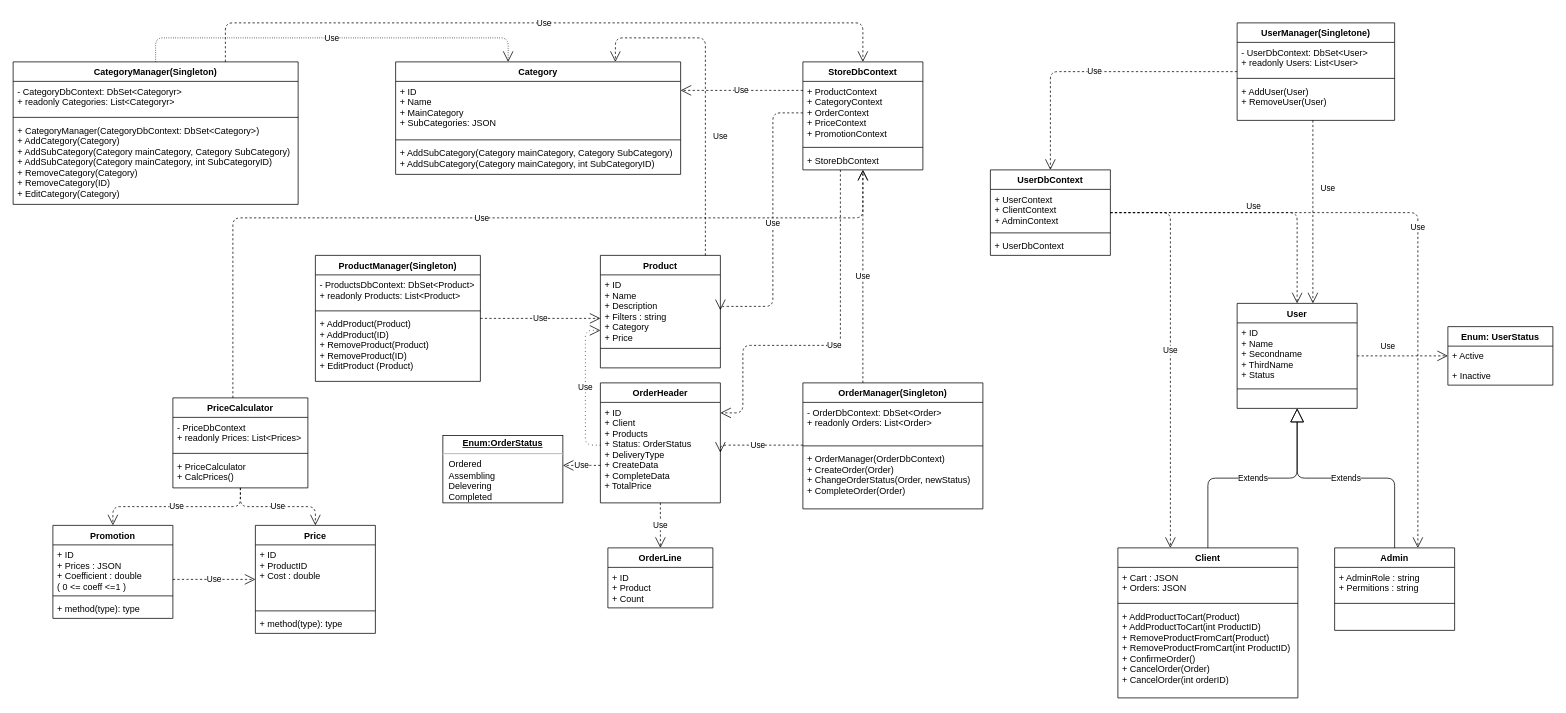
Before: UML Diagram.drawio in ArtemGB/AlpakaStore, a draw.io diagram. Source tidied: cells renumbered, new cells numbered last; positions are measured from the earlier drawing's top-left corner, leaving out a move shared by most shapes. Both pictures are drawn from the tidied source at 75%, with x=0, y=0 at pixel (13, 22).
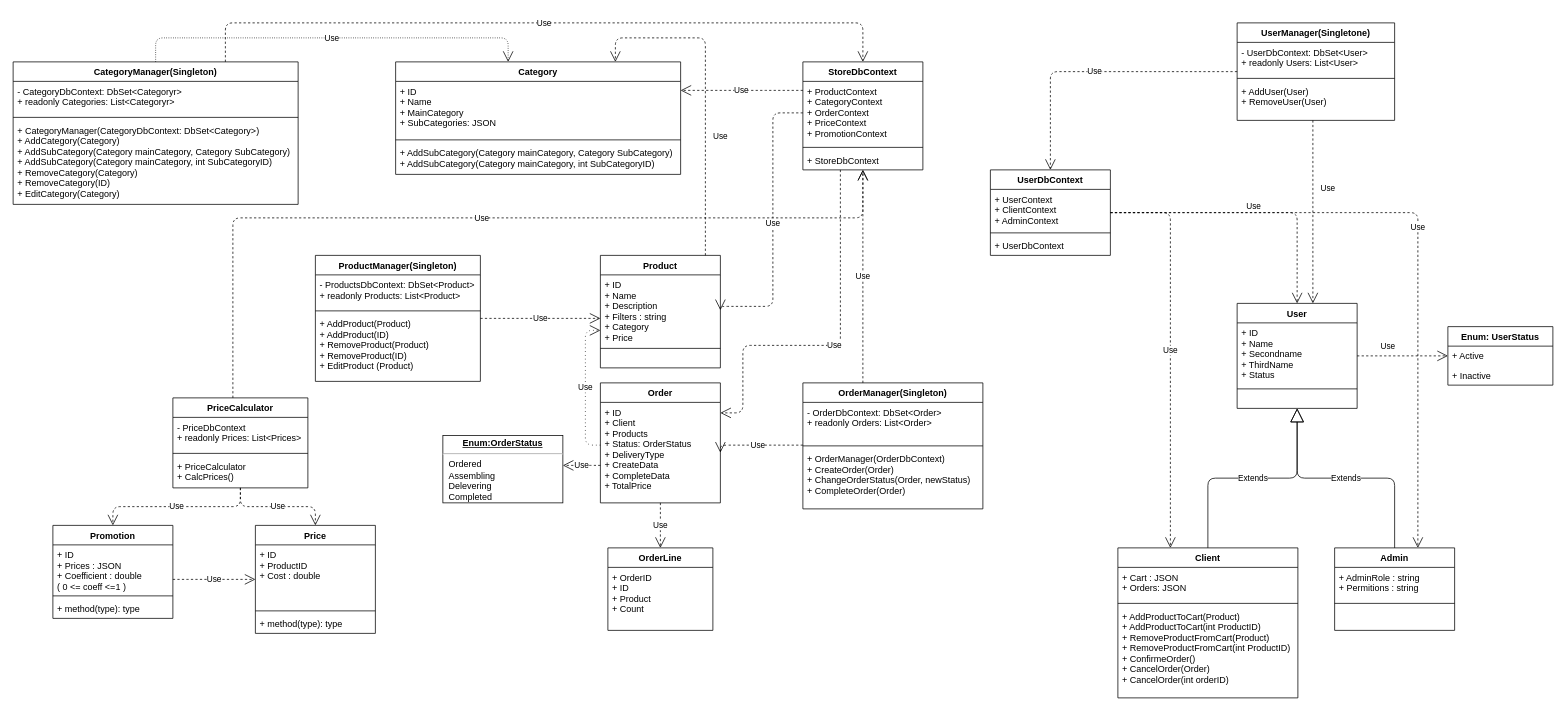
Above is the later version.

Change to the diagram source:
```diff
@@
-    <mxCell id="31" value="OrderHeader" style="swimlane;fontStyle=1;align=center;verticalAlign=top;horizontal=1;startSize=26;" parent="1" vertex="1">
+    <mxCell id="31" value="Order" style="swimlane;fontStyle=1;align=center;verticalAlign=top;horizontal=1;startSize=26;" parent="1" vertex="1">
       <mxGeometry x="783" y="480" width="160" height="160" as="geometry" />
     </mxCell>
@@
     <mxCell id="87" value="OrderLine" style="swimlane;fontStyle=1;align=center;verticalAlign=top;horizontal=1;startSize=26;" parent="1" vertex="1">
-      <mxGeometry x="793" y="700" width="140" height="80" as="geometry" />
+      <mxGeometry x="793" y="700" width="140" height="110" as="geometry" />
     </mxCell>
-    <mxCell id="88" value="+ ID&#10;+ Product&#10;+ Count" style="text;strokeColor=none;fillColor=none;align=left;verticalAlign=top;spacingLeft=4;spacingRight=4;overflow=hidden;" parent="87" vertex="1">
-      <mxGeometry y="26" width="140" height="54" as="geometry" />
+    <mxCell id="88" value="+ OrderID&#10;+ ID&#10;+ Product&#10;+ Count" style="text;strokeColor=none;fillColor=none;align=left;verticalAlign=top;spacingLeft=4;spacingRight=4;overflow=hidden;" parent="87" vertex="1">
+      <mxGeometry y="26" width="140" height="84" as="geometry" />
     </mxCell>
```
